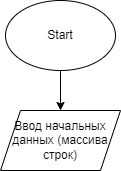
DmitryZ2000/Task1 keeps this draw.io diagram as Test001.drawio.png. Above is the earlier version. Source tidied: cells renumbered, new cells last; positions are measured from the earlier drawing's top-left corner, leaving out a move shared by most shapes.
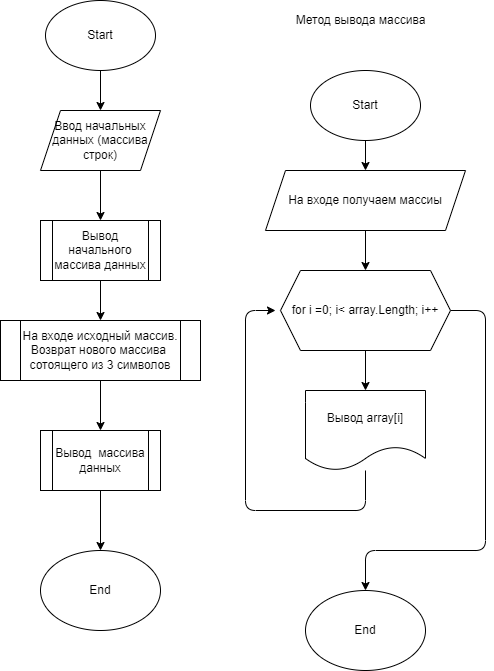
After the change.

Commit message:
Добавил в блок-схему метод вывода

Diff of the diagram source:
```diff
@@ -8,8 +8,80 @@
     <mxCell id="3" value="Start" style="ellipse;whiteSpace=wrap;html=1;" parent="1" vertex="1">
       <mxGeometry x="5" width="110" height="70" as="geometry" />
     </mxCell>
+    <mxCell id="5" style="edgeStyle=none;html=1;" parent="1" edge="1" source="4">
+      <mxGeometry relative="1" as="geometry">
+        <mxPoint x="60" y="220" as="targetPoint" />
+      </mxGeometry>
+    </mxCell>
     <mxCell id="4" value="Ввод начальных данных (массива строк)" style="shape=parallelogram;perimeter=parallelogramPerimeter;whiteSpace=wrap;html=1;fixedSize=1;" parent="1" vertex="1">
       <mxGeometry y="110" width="120" height="60" as="geometry" />
     </mxCell>
+    <mxCell id="6" style="edgeStyle=none;html=1;" parent="1" edge="1" source="8" target="22">
+      <mxGeometry relative="1" as="geometry" />
+    </mxCell>
+    <mxCell id="7" style="edgeStyle=none;html=1;entryX=0.5;entryY=0;entryDx=0;entryDy=0;" parent="1" edge="1" source="8" target="23">
+      <mxGeometry relative="1" as="geometry">
+        <Array as="points">
+          <mxPoint x="445" y="310" />
+          <mxPoint x="445" y="550" />
+          <mxPoint x="325" y="550" />
+        </Array>
+      </mxGeometry>
+    </mxCell>
+    <mxCell id="8" value="for i =0; i&amp;lt; array.Length; i++" style="shape=hexagon;perimeter=hexagonPerimeter2;whiteSpace=wrap;html=1;fixedSize=1;" parent="1" vertex="1">
+      <mxGeometry x="240" y="270" width="170" height="80" as="geometry" />
+    </mxCell>
+    <mxCell id="9" style="edgeStyle=none;html=1;" parent="1" edge="1" source="10" target="12">
+      <mxGeometry relative="1" as="geometry" />
+    </mxCell>
+    <mxCell id="10" value="Вывод начального массива данных" style="shape=process;whiteSpace=wrap;html=1;backgroundOutline=1;" parent="1" vertex="1">
+      <mxGeometry y="220" width="120" height="60" as="geometry" />
+    </mxCell>
+    <mxCell id="11" style="edgeStyle=none;html=1;" parent="1" edge="1" source="12" target="14">
+      <mxGeometry relative="1" as="geometry" />
+    </mxCell>
+    <mxCell id="12" value="На входе исходный массив. Возврат нового массива&amp;nbsp; сотоящего из 3 символов" style="shape=process;whiteSpace=wrap;html=1;backgroundOutline=1;" parent="1" vertex="1">
+      <mxGeometry x="-40" y="320" width="200" height="60" as="geometry" />
+    </mxCell>
+    <mxCell id="13" style="edgeStyle=none;html=1;" parent="1" edge="1" source="14" target="15">
+      <mxGeometry relative="1" as="geometry" />
+    </mxCell>
+    <mxCell id="14" value="Вывод&amp;nbsp; массива данных" style="shape=process;whiteSpace=wrap;html=1;backgroundOutline=1;" parent="1" vertex="1">
+      <mxGeometry y="430" width="120" height="60" as="geometry" />
+    </mxCell>
+    <mxCell id="15" value="End" style="ellipse;whiteSpace=wrap;html=1;" parent="1" vertex="1">
+      <mxGeometry y="550" width="120" height="80" as="geometry" />
+    </mxCell>
+    <mxCell id="16" value="Метод вывода массива" style="text;html=1;align=center;verticalAlign=middle;strokeColor=none;fillColor=none;" parent="1" vertex="1">
+      <mxGeometry x="245" y="10" width="150" height="20" as="geometry" />
+    </mxCell>
+    <mxCell id="17" style="edgeStyle=none;html=1;" parent="1" edge="1" source="18" target="20">
+      <mxGeometry relative="1" as="geometry" />
+    </mxCell>
+    <mxCell id="18" value="Start" style="ellipse;whiteSpace=wrap;html=1;" parent="1" vertex="1">
+      <mxGeometry x="270" y="70" width="110" height="70" as="geometry" />
+    </mxCell>
+    <mxCell id="19" style="edgeStyle=none;html=1;" parent="1" edge="1" source="20" target="8">
+      <mxGeometry relative="1" as="geometry" />
+    </mxCell>
+    <mxCell id="20" value="На входе получаем массиы" style="shape=parallelogram;perimeter=parallelogramPerimeter;whiteSpace=wrap;html=1;fixedSize=1;" parent="1" vertex="1">
+      <mxGeometry x="225" y="170" width="200" height="60" as="geometry" />
+    </mxCell>
+    <mxCell id="21" style="edgeStyle=none;html=1;" parent="1" edge="1" source="22">
+      <mxGeometry relative="1" as="geometry">
+        <mxPoint x="235" y="310" as="targetPoint" />
+        <Array as="points">
+          <mxPoint x="325" y="510" />
+          <mxPoint x="205" y="510" />
+          <mxPoint x="205" y="310" />
+        </Array>
+      </mxGeometry>
+    </mxCell>
+    <mxCell id="22" value="Вывод array[i]" style="shape=document;whiteSpace=wrap;html=1;boundedLbl=1;" parent="1" vertex="1">
+      <mxGeometry x="265" y="390" width="120" height="80" as="geometry" />
+    </mxCell>
+    <mxCell id="23" value="End" style="ellipse;whiteSpace=wrap;html=1;" parent="1" vertex="1">
+      <mxGeometry x="265" y="590" width="120" height="80" as="geometry" />
+    </mxCell>
   </root>
 </mxGraphModel>
```
